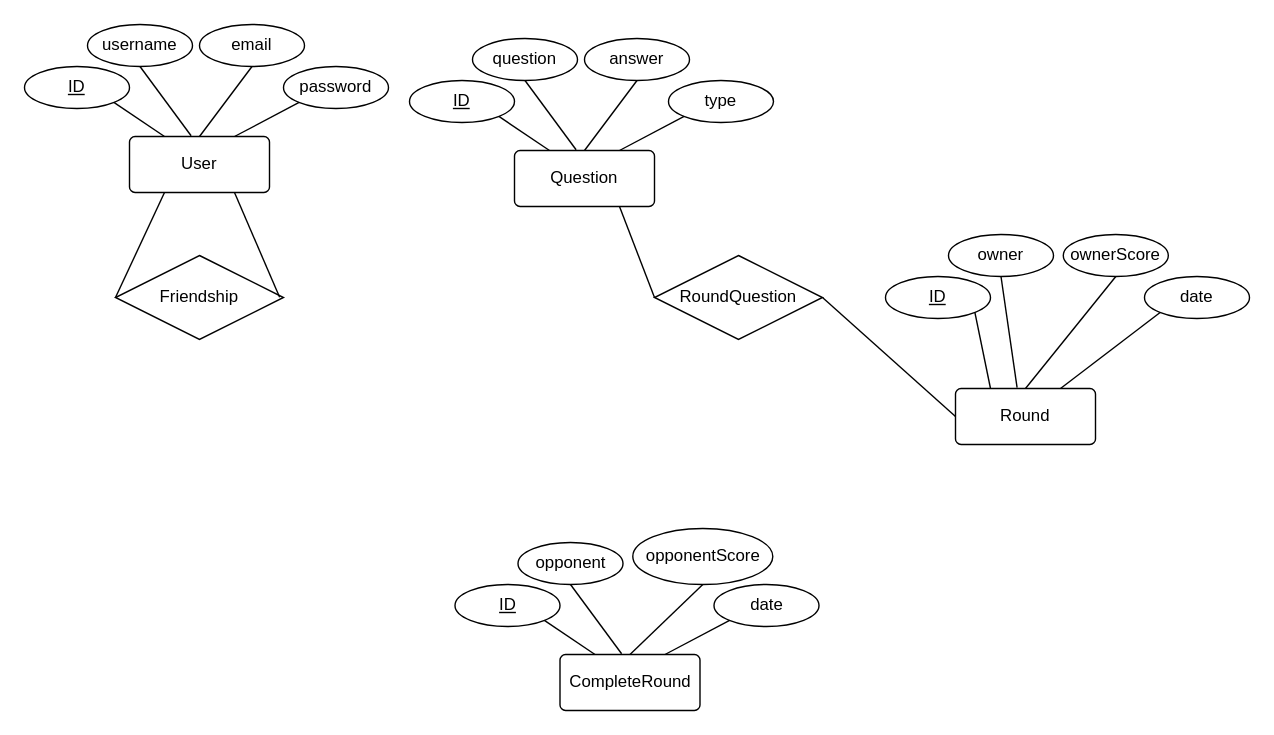
The draw.io diagram page "Entity–relationship model" (2 of 2) of document/UML-overview.drawio in PieFreak/LMTX38, before the edit. Source tidied: cells renumbered, new cells numbered last; positions are measured from the earlier drawing's top-left corner, leaving out a move shared by most shapes. Both pictures are drawn from the tidied source at 140%, with x=0, y=0 at pixel (24, 24).
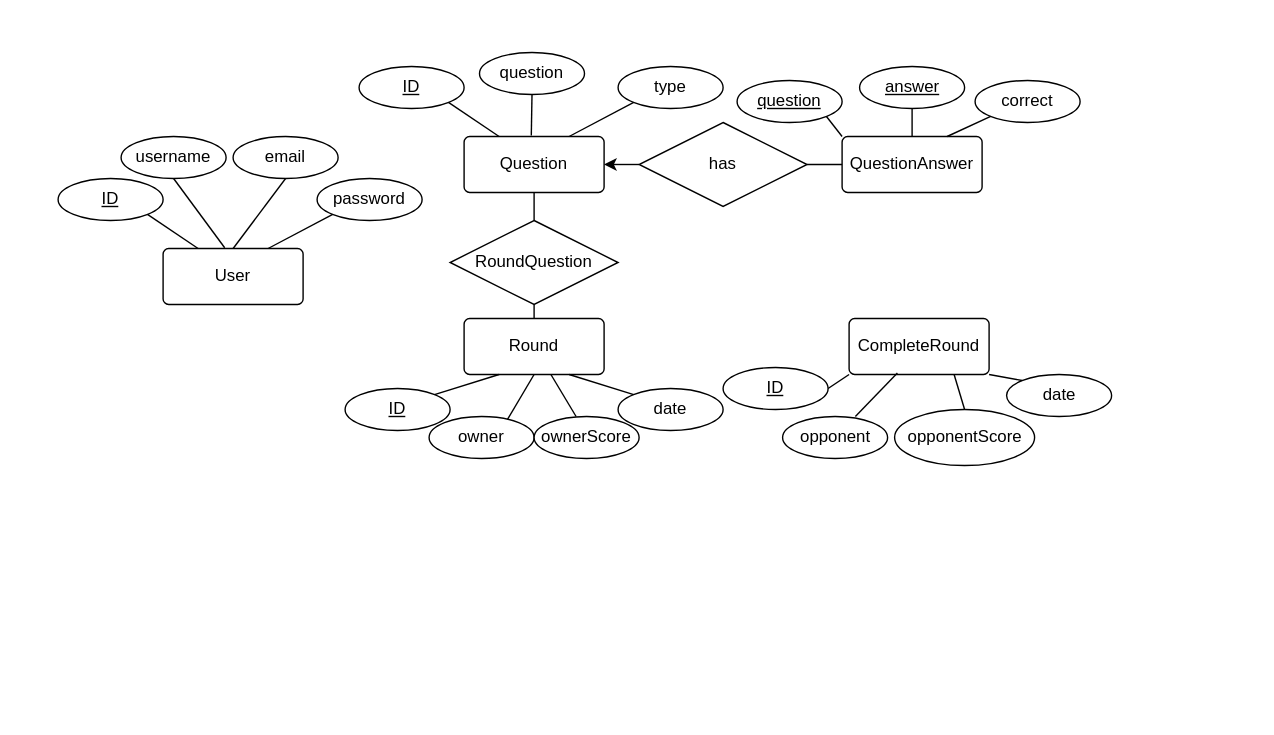
After the change.

Change to the diagram source:
```diff
@@
     <mxCell id="2" value="&lt;div&gt;User&lt;/div&gt;" style="rounded=1;arcSize=10;whiteSpace=wrap;html=1;align=center;" parent="1" vertex="1">
-      <mxGeometry x="75" y="80" width="100" height="40" as="geometry" />
+      <mxGeometry x="99" y="160" width="100" height="40" as="geometry" />
     </mxCell>
     <mxCell id="3" value="ID" style="ellipse;whiteSpace=wrap;html=1;align=center;fontStyle=4;" parent="1" vertex="1">
-      <mxGeometry y="30" width="75" height="30" as="geometry" />
+      <mxGeometry x="24" y="110" width="75" height="30" as="geometry" />
     </mxCell>
@@
     <mxCell id="5" value="username" style="ellipse;whiteSpace=wrap;html=1;align=center;" parent="1" vertex="1">
-      <mxGeometry x="45" width="75" height="30" as="geometry" />
+      <mxGeometry x="69" y="80" width="75" height="30" as="geometry" />
     </mxCell>
     <mxCell id="6" value="password" style="ellipse;whiteSpace=wrap;html=1;align=center;" parent="1" vertex="1">
-      <mxGeometry x="185" y="30" width="75" height="30" as="geometry" />
+      <mxGeometry x="209" y="110" width="75" height="30" as="geometry" />
     </mxCell>
@@
     <mxCell id="8" value="&lt;div&gt;email&lt;/div&gt;" style="ellipse;whiteSpace=wrap;html=1;align=center;" parent="1" vertex="1">
-      <mxGeometry x="125" width="75" height="30" as="geometry" />
+      <mxGeometry x="149" y="80" width="75" height="30" as="geometry" />
     </mxCell>
@@
-    <mxCell id="11" value="Friendship" style="shape=rhombus;perimeter=rhombusPerimeter;whiteSpace=wrap;html=1;align=center;" parent="1" vertex="1">
-      <mxGeometry x="65" y="165" width="120" height="60" as="geometry" />
-    </mxCell>
-    <mxCell id="12" style="endArrow=none;html=1;rounded=0;exitX=0;exitY=0.5;exitDx=0;exitDy=0;entryX=0.25;entryY=1;entryDx=0;entryDy=0;" parent="1" edge="1" source="11" target="2">
-      <mxGeometry relative="1" as="geometry" />
-    </mxCell>
-    <mxCell id="13" style="endArrow=none;html=1;rounded=0;exitX=0.977;exitY=0.498;exitDx=0;exitDy=0;exitPerimeter=0;entryX=0.75;entryY=1;entryDx=0;entryDy=0;" parent="1" edge="1" source="11" target="2">
-      <mxGeometry relative="1" as="geometry" />
-    </mxCell>
     <mxCell id="14" value="Question" style="rounded=1;arcSize=10;whiteSpace=wrap;html=1;align=center;" parent="1" vertex="1">
-      <mxGeometry x="350" y="90" width="100" height="40" as="geometry" />
+      <mxGeometry x="314" y="80" width="100" height="40" as="geometry" />
     </mxCell>
     <mxCell id="15" value="ID" style="ellipse;whiteSpace=wrap;html=1;align=center;fontStyle=4;" parent="1" vertex="1">
-      <mxGeometry x="275" y="40" width="75" height="30" as="geometry" />
+      <mxGeometry x="239" y="30" width="75" height="30" as="geometry" />
     </mxCell>
@@
     <mxCell id="17" value="question" style="ellipse;whiteSpace=wrap;html=1;align=center;" parent="1" vertex="1">
-      <mxGeometry x="320" y="10" width="75" height="30" as="geometry" />
+      <mxGeometry x="325" y="20" width="75" height="30" as="geometry" />
     </mxCell>
     <mxCell id="18" value="type" style="ellipse;whiteSpace=wrap;html=1;align=center;" parent="1" vertex="1">
-      <mxGeometry x="460" y="40" width="75" height="30" as="geometry" />
+      <mxGeometry x="424" y="30" width="75" height="30" as="geometry" />
     </mxCell>
-    <mxCell id="19" style="endArrow=none;html=1;rounded=0;exitX=0.44;exitY=-0.014;exitDx=0;exitDy=0;exitPerimeter=0;entryX=0.5;entryY=1;entryDx=0;entryDy=0;" parent="1" edge="1" source="14" target="17">
+    <mxCell id="19" style="endArrow=none;html=1;rounded=0;exitX=0.48;exitY=-0.017;exitDx=0;exitDy=0;entryX=0.5;entryY=1;entryDx=0;entryDy=0;exitPerimeter=0;" parent="1" edge="1" source="14" target="17">
       <mxGeometry relative="1" as="geometry" />
     </mxCell>
-    <mxCell id="20" value="answer" style="ellipse;whiteSpace=wrap;html=1;align=center;" parent="1" vertex="1">
-      <mxGeometry x="400" y="10" width="75" height="30" as="geometry" />
-    </mxCell>
-    <mxCell id="21" style="endArrow=none;html=1;rounded=0;exitX=0.5;exitY=0;exitDx=0;exitDy=0;entryX=0.5;entryY=1;entryDx=0;entryDy=0;" parent="1" edge="1" source="14" target="20">
-      <mxGeometry relative="1" as="geometry" />
-    </mxCell>
@@
     <mxCell id="23" value="Round" style="rounded=1;arcSize=10;whiteSpace=wrap;html=1;align=center;" parent="1" vertex="1">
-      <mxGeometry x="665" y="260" width="100" height="40" as="geometry" />
+      <mxGeometry x="314" y="210" width="100" height="40" as="geometry" />
     </mxCell>
     <mxCell id="24" value="ID" style="ellipse;whiteSpace=wrap;html=1;align=center;fontStyle=4;" parent="1" vertex="1">
-      <mxGeometry x="615" y="180" width="75" height="30" as="geometry" />
+      <mxGeometry x="229" y="260" width="75" height="30" as="geometry" />
     </mxCell>
-    <mxCell id="25" style="endArrow=none;html=1;rounded=0;exitX=1;exitY=1;exitDx=0;exitDy=0;entryX=0.25;entryY=0;entryDx=0;entryDy=0;" parent="1" edge="1" source="24" target="23">
+    <mxCell id="25" style="endArrow=none;html=1;rounded=0;exitX=1;exitY=0;exitDx=0;exitDy=0;entryX=0.25;entryY=1;entryDx=0;entryDy=0;" parent="1" edge="1" source="24" target="23">
       <mxGeometry relative="1" as="geometry" />
     </mxCell>
     <mxCell id="26" value="owner" style="ellipse;whiteSpace=wrap;html=1;align=center;" parent="1" vertex="1">
-      <mxGeometry x="660" y="150" width="75" height="30" as="geometry" />
+      <mxGeometry x="289" y="280" width="75" height="30" as="geometry" />
     </mxCell>
     <mxCell id="27" value="date" style="ellipse;whiteSpace=wrap;html=1;align=center;" parent="1" vertex="1">
-      <mxGeometry x="800" y="180" width="75" height="30" as="geometry" />
+      <mxGeometry x="424" y="260" width="75" height="30" as="geometry" />
     </mxCell>
-    <mxCell id="28" style="endArrow=none;html=1;rounded=0;exitX=0.44;exitY=-0.014;exitDx=0;exitDy=0;exitPerimeter=0;entryX=0.5;entryY=1;entryDx=0;entryDy=0;" parent="1" edge="1" source="23" target="26">
+    <mxCell id="28" style="endArrow=none;html=1;rounded=0;exitX=0.5;exitY=1;exitDx=0;exitDy=0;entryX=0.747;entryY=0.067;entryDx=0;entryDy=0;entryPerimeter=0;" parent="1" edge="1" source="23" target="26">
       <mxGeometry relative="1" as="geometry" />
     </mxCell>
     <mxCell id="29" value="ownerScore" style="ellipse;whiteSpace=wrap;html=1;align=center;" parent="1" vertex="1">
-      <mxGeometry x="742" y="150" width="75" height="30" as="geometry" />
+      <mxGeometry x="364" y="280" width="75" height="30" as="geometry" />
     </mxCell>
-    <mxCell id="30" style="endArrow=none;html=1;rounded=0;exitX=0.5;exitY=0;exitDx=0;exitDy=0;entryX=0.5;entryY=1;entryDx=0;entryDy=0;" parent="1" edge="1" source="23" target="29">
+    <mxCell id="30" style="endArrow=none;html=1;rounded=0;entryX=0.4;entryY=0;entryDx=0;entryDy=0;entryPerimeter=0;" parent="1" edge="1" source="23" target="29">
       <mxGeometry relative="1" as="geometry" />
     </mxCell>
-    <mxCell id="31" style="endArrow=none;html=1;rounded=0;entryX=0;entryY=1;entryDx=0;entryDy=0;exitX=0.75;exitY=0;exitDx=0;exitDy=0;" parent="1" edge="1" source="23" target="27">
+    <mxCell id="31" style="endArrow=none;html=1;rounded=0;entryX=0;entryY=0;entryDx=0;entryDy=0;exitX=0.75;exitY=1;exitDx=0;exitDy=0;" parent="1" edge="1" source="23" target="27">
       <mxGeometry relative="1" as="geometry" />
     </mxCell>
     <mxCell id="32" value="RoundQuestion" style="shape=rhombus;perimeter=rhombusPerimeter;whiteSpace=wrap;html=1;align=center;" parent="1" vertex="1">
-      <mxGeometry x="450" y="165" width="120" height="60" as="geometry" />
+      <mxGeometry x="304" y="140" width="120" height="60" as="geometry" />
     </mxCell>
-    <mxCell id="33" style="endArrow=none;html=1;rounded=0;exitX=1;exitY=0.5;exitDx=0;exitDy=0;entryX=0;entryY=0.5;entryDx=0;entryDy=0;" parent="1" edge="1" source="32" target="23">
+    <mxCell id="33" style="endArrow=none;html=1;rounded=0;exitX=0.5;exitY=1;exitDx=0;exitDy=0;entryX=0.5;entryY=0;entryDx=0;entryDy=0;" parent="1" edge="1" source="32" target="23">
       <mxGeometry relative="1" as="geometry" />
     </mxCell>
-    <mxCell id="34" style="endArrow=none;html=1;rounded=0;exitX=0;exitY=0.5;exitDx=0;exitDy=0;entryX=0.75;entryY=1;entryDx=0;entryDy=0;" parent="1" edge="1" source="32" target="14">
+    <mxCell id="34" style="endArrow=none;html=1;rounded=0;exitX=0.5;exitY=0;exitDx=0;exitDy=0;entryX=0.5;entryY=1;entryDx=0;entryDy=0;" parent="1" edge="1" source="32" target="14">
       <mxGeometry relative="1" as="geometry" />
     </mxCell>
     <mxCell id="35" value="CompleteRound" style="rounded=1;arcSize=10;whiteSpace=wrap;html=1;align=center;" parent="1" vertex="1">
-      <mxGeometry x="382.5" y="450" width="100" height="40" as="geometry" />
+      <mxGeometry x="589" y="210" width="100" height="40" as="geometry" />
     </mxCell>
     <mxCell id="36" value="ID" style="ellipse;whiteSpace=wrap;html=1;align=center;fontStyle=4;" parent="1" vertex="1">
-      <mxGeometry x="307.5" y="400" width="75" height="30" as="geometry" />
+      <mxGeometry x="499" y="245" width="75" height="30" as="geometry" />
     </mxCell>
-    <mxCell id="37" style="endArrow=none;html=1;rounded=0;exitX=1;exitY=1;exitDx=0;exitDy=0;entryX=0.25;entryY=0;entryDx=0;entryDy=0;" parent="1" edge="1" source="36" target="35">
+    <mxCell id="37" style="endArrow=none;html=1;rounded=0;entryX=0;entryY=1;entryDx=0;entryDy=0;exitX=1;exitY=0.5;exitDx=0;exitDy=0;" parent="1" edge="1" source="36" target="35">
       <mxGeometry relative="1" as="geometry" />
     </mxCell>
     <mxCell id="38" value="opponent" style="ellipse;whiteSpace=wrap;html=1;align=center;" parent="1" vertex="1">
-      <mxGeometry x="352.5" y="370" width="75" height="30" as="geometry" />
+      <mxGeometry x="541.5" y="280" width="75" height="30" as="geometry" />
     </mxCell>
     <mxCell id="39" value="date" style="ellipse;whiteSpace=wrap;html=1;align=center;" parent="1" vertex="1">
-      <mxGeometry x="492.5" y="400" width="75" height="30" as="geometry" />
+      <mxGeometry x="701.5" y="250" width="75" height="30" as="geometry" />
     </mxCell>
-    <mxCell id="40" style="endArrow=none;html=1;rounded=0;exitX=0.44;exitY=-0.014;exitDx=0;exitDy=0;exitPerimeter=0;entryX=0.5;entryY=1;entryDx=0;entryDy=0;" parent="1" edge="1" source="35" target="38">
+    <mxCell id="40" style="endArrow=none;html=1;rounded=0;entryX=0.693;entryY=0;entryDx=0;entryDy=0;entryPerimeter=0;exitX=0.345;exitY=0.975;exitDx=0;exitDy=0;exitPerimeter=0;" parent="1" edge="1" source="35" target="38">
       <mxGeometry relative="1" as="geometry" />
     </mxCell>
     <mxCell id="41" value="opponentScore" style="ellipse;whiteSpace=wrap;html=1;align=center;" parent="1" vertex="1">
-      <mxGeometry x="434.5" y="360" width="100" height="40" as="geometry" />
+      <mxGeometry x="621.5" y="275" width="100" height="40" as="geometry" />
     </mxCell>
-    <mxCell id="42" style="endArrow=none;html=1;rounded=0;exitX=0.5;exitY=0;exitDx=0;exitDy=0;entryX=0.5;entryY=1;entryDx=0;entryDy=0;" parent="1" edge="1" source="35" target="41">
+    <mxCell id="42" style="endArrow=none;html=1;rounded=0;entryX=0.5;entryY=0;entryDx=0;entryDy=0;exitX=0.75;exitY=1;exitDx=0;exitDy=0;" parent="1" edge="1" source="35" target="41">
       <mxGeometry relative="1" as="geometry" />
     </mxCell>
-    <mxCell id="43" style="endArrow=none;html=1;rounded=0;entryX=0;entryY=1;entryDx=0;entryDy=0;exitX=0.75;exitY=0;exitDx=0;exitDy=0;" parent="1" edge="1" source="35" target="39">
+    <mxCell id="43" style="endArrow=none;html=1;rounded=0;exitX=1;exitY=1;exitDx=0;exitDy=0;entryX=0;entryY=0;entryDx=0;entryDy=0;" parent="1" edge="1" source="35" target="39">
       <mxGeometry relative="1" as="geometry" />
     </mxCell>
+    <mxCell id="44" value="QuestionAnswer" style="rounded=1;arcSize=10;whiteSpace=wrap;html=1;align=center;" parent="1" vertex="1">
+      <mxGeometry x="584" y="80" width="100" height="40" as="geometry" />
+    </mxCell>
+    <mxCell id="45" value="&lt;u&gt;question&lt;/u&gt;" style="ellipse;whiteSpace=wrap;html=1;align=center;" parent="1" vertex="1">
+      <mxGeometry x="509" y="40" width="75" height="30" as="geometry" />
+    </mxCell>
+    <mxCell id="46" value="correct" style="ellipse;whiteSpace=wrap;html=1;align=center;" parent="1" vertex="1">
+      <mxGeometry x="679" y="40" width="75" height="30" as="geometry" />
+    </mxCell>
+    <mxCell id="47" style="endArrow=none;html=1;rounded=0;exitX=0;exitY=0;exitDx=0;exitDy=0;entryX=1;entryY=1;entryDx=0;entryDy=0;" parent="1" edge="1" source="44" target="45">
+      <mxGeometry relative="1" as="geometry" />
+    </mxCell>
+    <mxCell id="20" value="&lt;u&gt;answer&lt;/u&gt;" style="ellipse;whiteSpace=wrap;html=1;align=center;" parent="1" vertex="1">
+      <mxGeometry x="596.5" y="30" width="75" height="30" as="geometry" />
+    </mxCell>
+    <mxCell id="48" style="endArrow=none;html=1;rounded=0;exitX=0.5;exitY=0;exitDx=0;exitDy=0;entryX=0.5;entryY=1;entryDx=0;entryDy=0;" parent="1" edge="1" source="44" target="20">
+      <mxGeometry relative="1" as="geometry" />
+    </mxCell>
+    <mxCell id="49" style="endArrow=none;html=1;rounded=0;entryX=0;entryY=1;entryDx=0;entryDy=0;exitX=0.75;exitY=0;exitDx=0;exitDy=0;" parent="1" edge="1" source="44" target="46">
+      <mxGeometry relative="1" as="geometry" />
+    </mxCell>
+    <mxCell id="50" value="has" style="shape=rhombus;perimeter=rhombusPerimeter;whiteSpace=wrap;html=1;align=center;" parent="1" vertex="1">
+      <mxGeometry x="439" y="70" width="120" height="60" as="geometry" />
+    </mxCell>
+    <mxCell id="51" style="endArrow=none;html=1;rounded=0;entryX=0;entryY=0.5;entryDx=0;entryDy=0;exitX=1;exitY=0.5;exitDx=0;exitDy=0;" parent="1" edge="1" source="50" target="44">
+      <mxGeometry relative="1" as="geometry" />
+    </mxCell>
+    <mxCell id="52" style="endArrow=classic;html=1;rounded=0;entryX=1;entryY=0.5;entryDx=0;entryDy=0;exitX=0;exitY=0.5;exitDx=0;exitDy=0;" parent="1" edge="1" source="50" target="14">
+      <mxGeometry relative="1" as="geometry" />
+    </mxCell>
```
